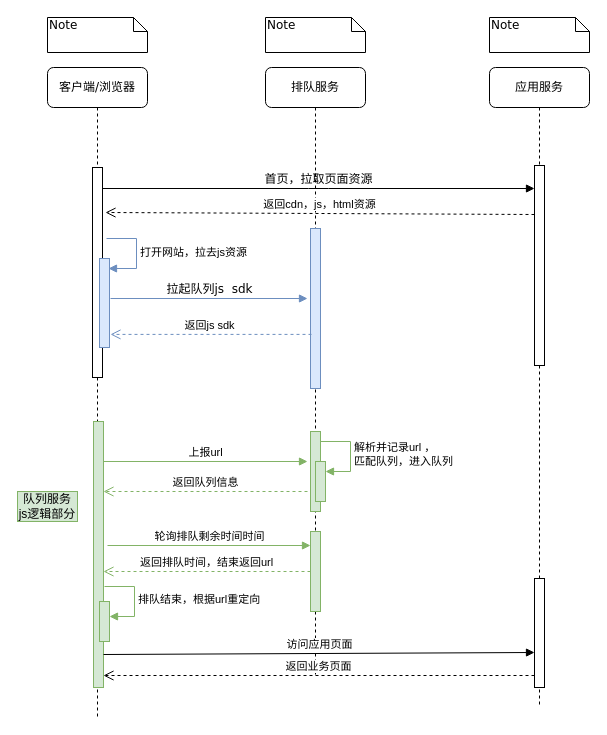
The draw.io diagram queue.drawio in linxinqiang90/drawio, before the edit. Source tidied: cells renumbered, new cells numbered last; positions are measured from the earlier drawing's top-left corner, leaving out a move shared by most shapes. Both pictures are drawn from the tidied source at 100%, with x=0, y=0 at pixel (17, 17).
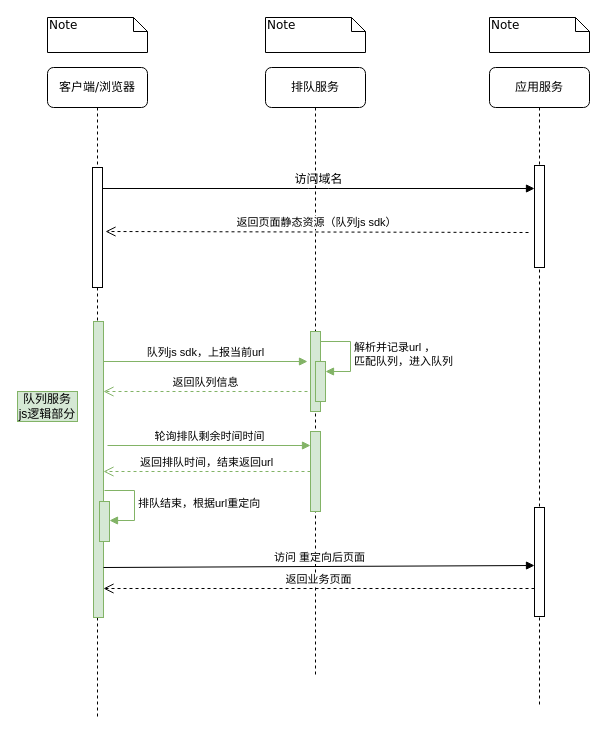
Above is the later version.

Unchanged cells that the change refers to:
```xml
<mxCell id="2" value="排队服务" style="shape=umlLifeline;perimeter=lifelinePerimeter;whiteSpace=wrap;html=1;rounded=1;shadow=0;comic=0;labelBackgroundColor=none;strokeWidth=1;fontFamily=Verdana;fontSize=12;align=center;" parent="1" vertex="1">
  <mxGeometry x="248" y="50" width="100" height="610" as="geometry" />
</mxCell>
<mxCell id="8" value="应用服务" style="shape=umlLifeline;perimeter=lifelinePerimeter;whiteSpace=wrap;html=1;rounded=1;shadow=0;comic=0;labelBackgroundColor=none;strokeWidth=1;fontFamily=Verdana;fontSize=12;align=center;" parent="1" vertex="1">
  <mxGeometry x="472" y="50" width="100" height="638" as="geometry" />
</mxCell>
<mxCell id="11" value="客户端/浏览器" style="shape=umlLifeline;perimeter=lifelinePerimeter;whiteSpace=wrap;html=1;rounded=1;shadow=0;comic=0;labelBackgroundColor=none;strokeWidth=1;fontFamily=Verdana;fontSize=12;align=center;" parent="1" vertex="1">
  <mxGeometry x="30" y="50" width="100" height="650" as="geometry" />
</mxCell>
```

Change to the diagram source:
```diff
@@
-    <mxCell id="3" style="html=1;perimeter=orthogonalPerimeter;rounded=0;shadow=0;comic=0;labelBackgroundColor=none;strokeWidth=1;fontFamily=Verdana;fontSize=12;align=center;fillColor=#dae8fc;strokeColor=#6c8ebf;" parent="2" vertex="1">
-      <mxGeometry x="45" y="161" width="10" height="160" as="geometry" />
-    </mxCell>
     <mxCell id="4" style="html=1;perimeter=orthogonalPerimeter;targetShapes=umlLifeline;newEdgeStyle={&quot;curved&quot;:0,&quot;rounded&quot;:0};fillColor=#d5e8d4;strokeColor=#82b366;" parent="2" vertex="1">
-      <mxGeometry x="45" y="364" width="10" height="80" as="geometry" />
+      <mxGeometry x="45" y="264" width="10" height="80" as="geometry" />
     </mxCell>
     <mxCell id="5" style="html=1;points=[[0,0,0,0,5],[0,1,0,0,-5],[1,0,0,0,5],[1,1,0,0,-5]];perimeter=orthogonalPerimeter;outlineConnect=0;targetShapes=umlLifeline;portConstraint=eastwest;newEdgeStyle={&quot;curved&quot;:0,&quot;rounded&quot;:0};fillColor=#d5e8d4;strokeColor=#82b366;" parent="2" vertex="1">
-      <mxGeometry x="50" y="394" width="10" height="40" as="geometry" />
+      <mxGeometry x="50" y="294" width="10" height="40" as="geometry" />
     </mxCell>
     <mxCell id="6" value="解析并记录url ，&lt;div&gt;匹配队列，进入队列&lt;/div&gt;" style="html=1;align=left;spacingLeft=2;endArrow=block;rounded=0;edgeStyle=orthogonalEdgeStyle;curved=0;rounded=0;fillColor=#d5e8d4;strokeColor=#82b366;" parent="2" edge="1" target="5">
       <mxGeometry relative="1" as="geometry">
-        <mxPoint x="55" y="374" as="sourcePoint" />
+        <mxPoint x="55" y="274" as="sourcePoint" />
         <Array as="points">
-          <mxPoint x="85" y="404" />
+          <mxPoint x="85" y="304" />
         </Array>
       </mxGeometry>
     </mxCell>
     <mxCell id="7" style="html=1;points=[[0,0,0,0,5],[0,1,0,0,-5],[1,0,0,0,5],[1,1,0,0,-5]];perimeter=orthogonalPerimeter;outlineConnect=0;targetShapes=umlLifeline;portConstraint=eastwest;newEdgeStyle={&quot;curved&quot;:0,&quot;rounded&quot;:0};fillColor=#d5e8d4;strokeColor=#82b366;" parent="2" vertex="1">
-      <mxGeometry x="45" y="464" width="10" height="80" as="geometry" />
+      <mxGeometry x="45" y="364" width="10" height="80" as="geometry" />
     </mxCell>
@@
     <mxCell id="9" style="html=1;points=[];perimeter=orthogonalPerimeter;rounded=0;shadow=0;comic=0;labelBackgroundColor=none;strokeWidth=1;fontFamily=Verdana;fontSize=12;align=center;" parent="8" vertex="1">
-      <mxGeometry x="45" y="98" width="10" height="200" as="geometry" />
+      <mxGeometry x="45" y="98" width="10" height="102" as="geometry" />
     </mxCell>
-    <mxCell id="10" style="html=1;perimeter=orthogonalPerimeter;targetShapes=umlLifeline;newEdgeStyle={&quot;curved&quot;:0,&quot;rounded&quot;:0};" parent="8" vertex="1">
-      <mxGeometry x="45" y="511" width="10" height="109" as="geometry" />
-    </mxCell>
@@
     <mxCell id="12" style="html=1;perimeter=orthogonalPerimeter;rounded=0;shadow=0;comic=0;labelBackgroundColor=none;strokeWidth=1;fontFamily=Verdana;fontSize=12;align=center;" parent="11" vertex="1">
-      <mxGeometry x="45" y="100" width="10" height="210" as="geometry" />
+      <mxGeometry x="45" y="100" width="10" height="120" as="geometry" />
     </mxCell>
-    <mxCell id="13" style="html=1;perimeter=orthogonalPerimeter;targetShapes=umlLifeline;newEdgeStyle={&quot;curved&quot;:0,&quot;rounded&quot;:0};fillColor=#dae8fc;strokeColor=#6c8ebf;" parent="11" vertex="1">
-      <mxGeometry x="52" y="191" width="10" height="89" as="geometry" />
-    </mxCell>
-    <mxCell id="14" value="打开网站，拉去js资源" style="html=1;align=left;spacingLeft=2;endArrow=block;rounded=0;edgeStyle=orthogonalEdgeStyle;curved=0;rounded=0;fillColor=#dae8fc;strokeColor=#6c8ebf;" parent="11" edge="1">
-      <mxGeometry relative="1" as="geometry">
-        <mxPoint x="59" y="171" as="sourcePoint" />
-        <mxPoint x="61" y="201" as="targetPoint" />
-        <Array as="points">
-          <mxPoint x="89" y="201" />
-        </Array>
-      </mxGeometry>
-    </mxCell>
     <mxCell id="15" style="html=1;points=[[0,0,0,0,5],[0,1,0,0,-5],[1,0,0,0,5],[1,1,0,0,-5]];perimeter=orthogonalPerimeter;outlineConnect=0;targetShapes=umlLifeline;portConstraint=eastwest;newEdgeStyle={&quot;curved&quot;:0,&quot;rounded&quot;:0};fillColor=#d5e8d4;strokeColor=#82b366;" parent="11" vertex="1">
-      <mxGeometry x="46" y="354" width="10" height="266" as="geometry" />
+      <mxGeometry x="46" y="254" width="10" height="296" as="geometry" />
     </mxCell>
     <mxCell id="16" style="html=1;perimeter=orthogonalPerimeter;targetShapes=umlLifeline;newEdgeStyle={&quot;curved&quot;:0,&quot;rounded&quot;:0};fillColor=#d5e8d4;strokeColor=#82b366;" parent="11" vertex="1">
-      <mxGeometry x="52" y="534" width="10" height="40" as="geometry" />
+      <mxGeometry x="52" y="434" width="10" height="40" as="geometry" />
     </mxCell>
     <mxCell id="17" value="排队结束，根据url重定向" style="html=1;align=left;spacingLeft=2;endArrow=block;rounded=0;edgeStyle=orthogonalEdgeStyle;curved=0;rounded=0;fillColor=#d5e8d4;strokeColor=#82b366;" parent="11" edge="1">
       <mxGeometry relative="1" as="geometry">
-        <mxPoint x="57" y="519" as="sourcePoint" />
-        <mxPoint x="62" y="549" as="targetPoint" />
+        <mxPoint x="57" y="423" as="sourcePoint" />
+        <mxPoint x="62" y="453" as="targetPoint" />
         <Array as="points">
-          <mxPoint x="87" y="549" />
+          <mxPoint x="87" y="453" />
         </Array>
       </mxGeometry>
     </mxCell>
-    <mxCell id="18" value="拉起队列js&amp;nbsp; sdk" style="html=1;verticalAlign=bottom;endArrow=block;labelBackgroundColor=none;fontFamily=Verdana;fontSize=12;edgeStyle=elbowEdgeStyle;elbow=vertical;entryX=-0.3;entryY=0.396;entryDx=0;entryDy=0;entryPerimeter=0;fillColor=#dae8fc;strokeColor=#6c8ebf;" parent="1" edge="1">
-      <mxGeometry relative="1" as="geometry">
-        <mxPoint x="93" y="281" as="sourcePoint" />
-        <mxPoint x="290" y="281.1" as="targetPoint" />
-      </mxGeometry>
-    </mxCell>
-    <mxCell id="19" value="首页，拉取页面资源" style="html=1;verticalAlign=bottom;endArrow=block;entryX=0;entryY=0;labelBackgroundColor=none;fontFamily=Verdana;fontSize=12;edgeStyle=elbowEdgeStyle;elbow=vertical;" parent="1" edge="1">
+    <mxCell id="19" value="访问域名" style="html=1;verticalAlign=bottom;endArrow=block;entryX=0;entryY=0;labelBackgroundColor=none;fontFamily=Verdana;fontSize=12;edgeStyle=elbowEdgeStyle;elbow=vertical;" parent="1" edge="1">
       <mxGeometry relative="1" as="geometry">
         <mxPoint x="85" y="171" as="sourcePoint" />
         <mxPoint x="517" y="171" as="targetPoint" />
       </mxGeometry>
     </mxCell>
@@
-    <mxCell id="23" value="返回js sdk" style="html=1;verticalAlign=bottom;endArrow=open;dashed=1;endSize=8;curved=0;rounded=0;exitX=0.1;exitY=0.591;exitDx=0;exitDy=0;exitPerimeter=0;fillColor=#dae8fc;strokeColor=#6c8ebf;" parent="1" edge="1">
-      <mxGeometry x="0.01" relative="1" as="geometry">
-        <mxPoint x="294" y="316.9" as="sourcePoint" />
-        <mxPoint x="93" y="316.9" as="targetPoint" />
-      </mxGeometry>
-    </mxCell>
-    <mxCell id="24" value="上报url" style="html=1;verticalAlign=bottom;endArrow=block;curved=0;rounded=0;fillColor=#d5e8d4;strokeColor=#82b366;" parent="1" edge="1" source="15">
+    <mxCell id="24" value="队列js sdk，上报当前url" style="html=1;verticalAlign=bottom;endArrow=block;curved=0;rounded=0;fillColor=#d5e8d4;strokeColor=#82b366;" parent="1" edge="1" source="15">
       <mxGeometry relative="1" as="geometry">
-        <mxPoint x="290" y="444" as="targetPoint" />
+        <mxPoint x="290" y="344" as="targetPoint" />
       </mxGeometry>
     </mxCell>
     <mxCell id="25" value="返回队列信息" style="html=1;verticalAlign=bottom;endArrow=open;dashed=1;endSize=8;curved=0;rounded=0;fillColor=#d5e8d4;strokeColor=#82b366;" parent="1" edge="1" target="15">
       <mxGeometry relative="1" as="geometry">
-        <mxPoint x="290" y="474" as="sourcePoint" />
+        <mxPoint x="290" y="374" as="sourcePoint" />
       </mxGeometry>
     </mxCell>
     <mxCell id="26" value="轮询排队剩余时间时间" style="html=1;verticalAlign=bottom;endArrow=block;curved=0;rounded=0;fillColor=#d5e8d4;strokeColor=#82b366;" parent="1" edge="1">
       <mxGeometry relative="1" as="geometry">
-        <mxPoint x="90" y="528" as="sourcePoint" />
-        <mxPoint x="293" y="528" as="targetPoint" />
+        <mxPoint x="90" y="428" as="sourcePoint" />
+        <mxPoint x="293" y="428" as="targetPoint" />
       </mxGeometry>
     </mxCell>
@@
     <mxCell id="28" value="队列服务 js逻辑部分" style="text;html=1;align=center;verticalAlign=middle;whiteSpace=wrap;rounded=0;fillColor=#d5e8d4;strokeColor=#82b366;" parent="1" vertex="1">
-      <mxGeometry y="474" width="60" height="30" as="geometry" />
+      <mxGeometry y="374" width="60" height="30" as="geometry" />
     </mxCell>
-    <mxCell id="29" value="返回cdn，js，html资源" style="html=1;verticalAlign=bottom;endArrow=open;dashed=1;endSize=8;curved=0;rounded=0;entryX=1.3;entryY=0.181;entryDx=0;entryDy=0;entryPerimeter=0;exitX=0;exitY=0.245;exitDx=0;exitDy=0;exitPerimeter=0;" parent="1" edge="1" source="9">
+    <mxCell id="29" value="返回页面静态资源（队列js sdk）" style="html=1;verticalAlign=bottom;endArrow=open;dashed=1;endSize=8;curved=0;rounded=0;entryX=1.3;entryY=0.181;entryDx=0;entryDy=0;entryPerimeter=0;exitX=-0.6;exitY=0.471;exitDx=0;exitDy=0;exitPerimeter=0;" parent="1" edge="1">
       <mxGeometry relative="1" as="geometry">
-        <mxPoint x="88" y="195" as="targetPoint" />
+        <mxPoint x="511" y="215" as="sourcePoint" />
+        <mxPoint x="88" y="214" as="targetPoint" />
       </mxGeometry>
     </mxCell>
-    <mxCell id="30" value="访问应用页面" style="html=1;verticalAlign=bottom;endArrow=block;curved=0;rounded=0;exitX=1;exitY=1;exitDx=0;exitDy=-5;exitPerimeter=0;" parent="1" edge="1">
+    <mxCell id="30" value="访问 重定向后页面" style="html=1;verticalAlign=bottom;endArrow=block;curved=0;rounded=0;exitX=1;exitY=1;exitDx=0;exitDy=-5;exitPerimeter=0;" parent="1" edge="1">
       <mxGeometry relative="1" as="geometry">
-        <mxPoint x="86" y="637" as="sourcePoint" />
-        <mxPoint x="517" y="635" as="targetPoint" />
+        <mxPoint x="86" y="550" as="sourcePoint" />
+        <mxPoint x="517" y="548" as="targetPoint" />
       </mxGeometry>
     </mxCell>
     <mxCell id="31" value="返回业务页面" style="html=1;verticalAlign=bottom;endArrow=open;dashed=1;endSize=8;curved=0;rounded=0;exitX=0;exitY=1;exitDx=0;exitDy=-5;exitPerimeter=0;" parent="1" edge="1">
       <mxGeometry relative="1" as="geometry">
-        <mxPoint x="517" y="658" as="sourcePoint" />
-        <mxPoint x="86" y="658" as="targetPoint" />
+        <mxPoint x="517" y="571" as="sourcePoint" />
+        <mxPoint x="86" y="571" as="targetPoint" />
       </mxGeometry>
     </mxCell>
+    <mxCell id="10" style="html=1;perimeter=orthogonalPerimeter;targetShapes=umlLifeline;newEdgeStyle={&quot;curved&quot;:0,&quot;rounded&quot;:0};" parent="1" vertex="1">
+      <mxGeometry x="517" y="490" width="10" height="109" as="geometry" />
+    </mxCell>
```
